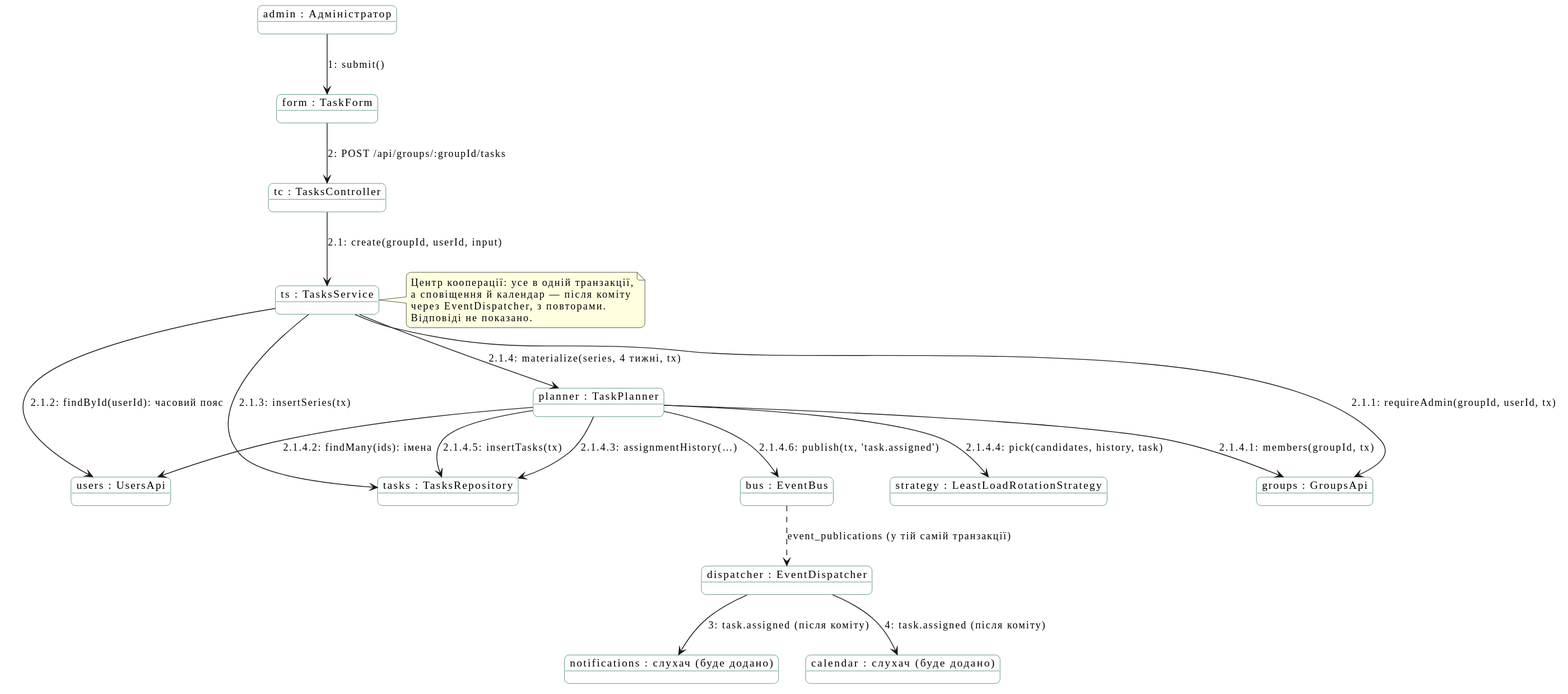
This is docs/diagrams/collaboration/svg/create-task.svg from mzabrodin/Errandly, a PlantUML export, as it was before one commit.
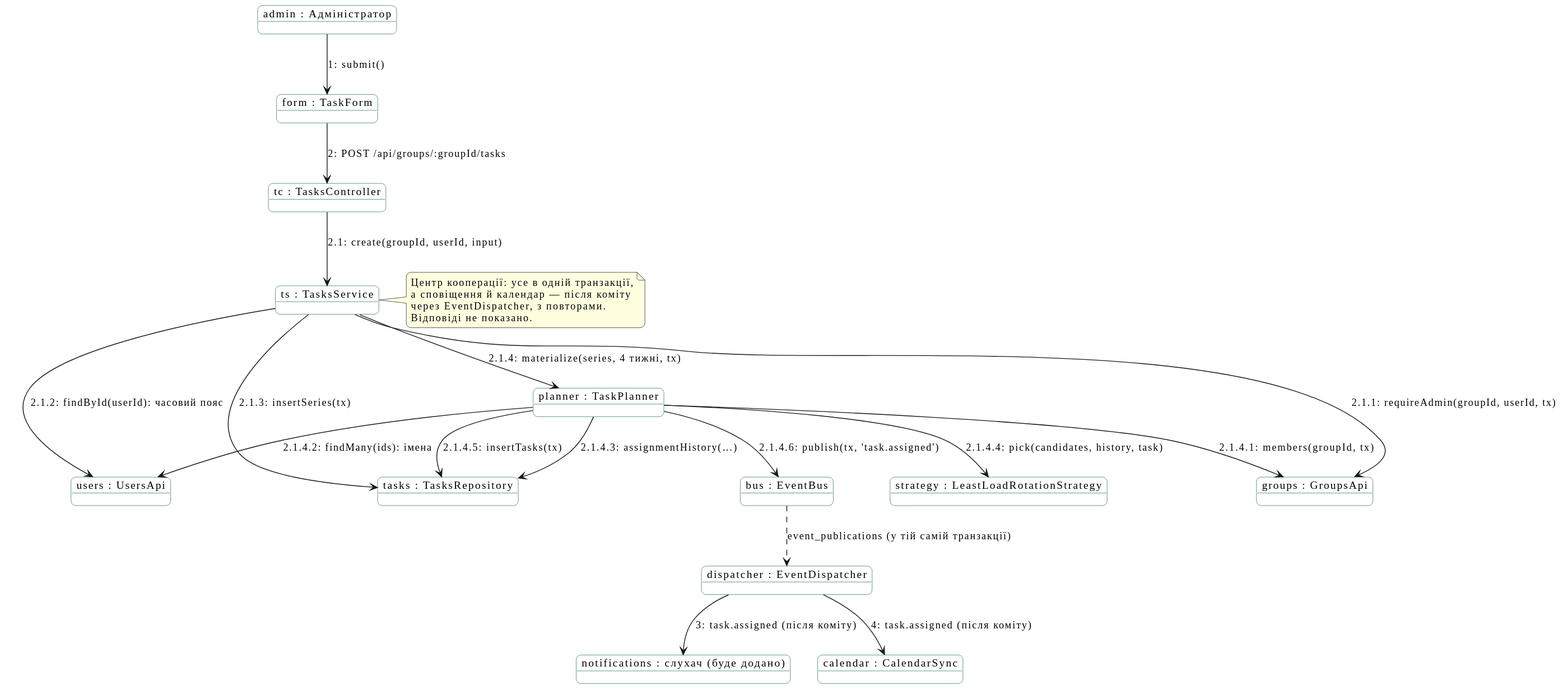
Above is the later version.

Change to the diagram source:
```diff
@@ -23,7 +23,7 @@
 object "bus : EventBus" as bus
 object "dispatcher : EventDispatcher" as dispatcher
 object "notifications : слухач (буде додано)" as notifications
-object "calendar : слухач (буде додано)" as calendar
+object "calendar : CalendarSync" as calendar
 
 admin --> form : 1: submit()
 form --> tc : 2: POST /api/groups/:groupId/tasks
```
